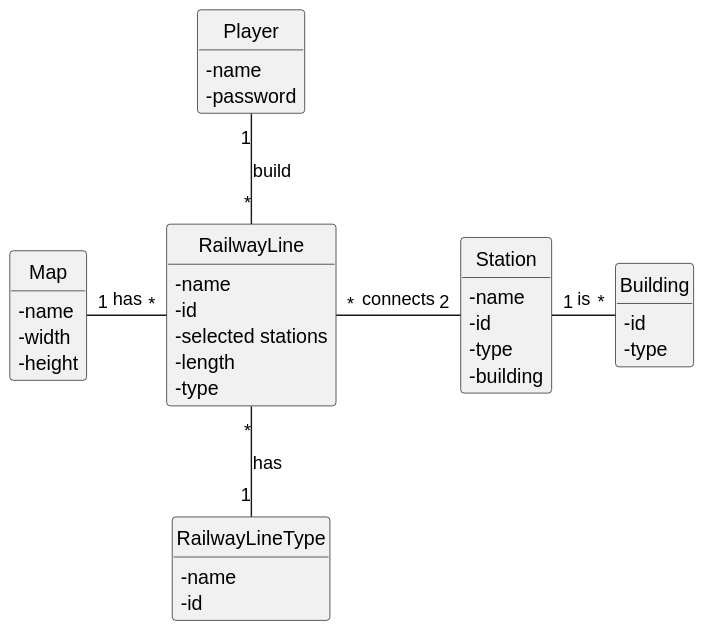
Earlier version of the PlantUML export docs/sprint2/us008/02.analysis/svg/us008-domain-model.svg (ivasduarte/all-aboard).
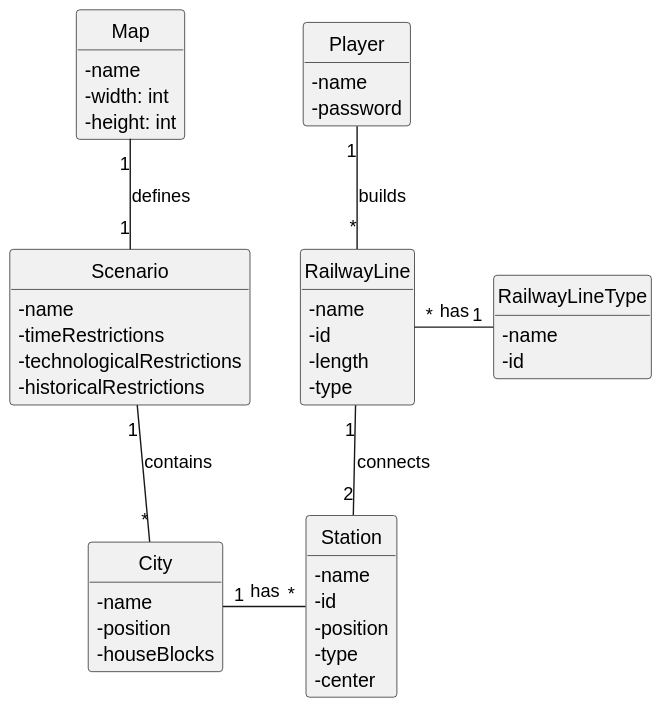
After the change.

Commit message:
US008(docs): Updated the domain model

Change to the diagram source:
```diff
@@ -2,24 +2,38 @@
 skinparam monochrome true
 skinparam packageStyle rectangle
 skinparam shadowing false
-
-
 skinparam classAttributeIconSize 0
 
 hide circle
 hide methods
 
-
 class Map {
     - name
-    - width
-    - height
+    - width: int
+    - height: int
+}
+
+class Scenario {
+    - name
+    - timeRestrictions
+    - technologicalRestrictions
+    - historicalRestrictions
+}
+
+class City {
+    - name
+    - position
+    - houseBlocks
+}
+
+class Player {
+    - name
+    - password
 }
 
 class RailwayLine {
     - name
     - id
-    - selected stations
     - length
     - type
 }
@@ -29,26 +43,18 @@
     - id
 }
 
-class Player {
-    - name
-    - password
-}
-
 class Station {
     - name
     - id
+    - position
     - type
-    - building
+    - center
 }
 
-class Building {
-    - id
-    - type
-}
-
-Map "1" - "*" RailwayLine : has
-Player "1" -- "*" RailwayLine : build
-RailwayLine "*" - "2" Station : connects
-Station "1" - "*" Building : is
-RailwayLine "*" -- "1" RailwayLineType : has
+Map "1" -- "1" Scenario : defines
+Scenario "1" -- "*" City : contains
+City "1" - "*" Station : has
+RailwayLine "1" -- "2" Station : connects
+RailwayLine "*" - "1" RailwayLineType : has
+Player "1" -- "*" RailwayLine : builds
 @enduml
```
